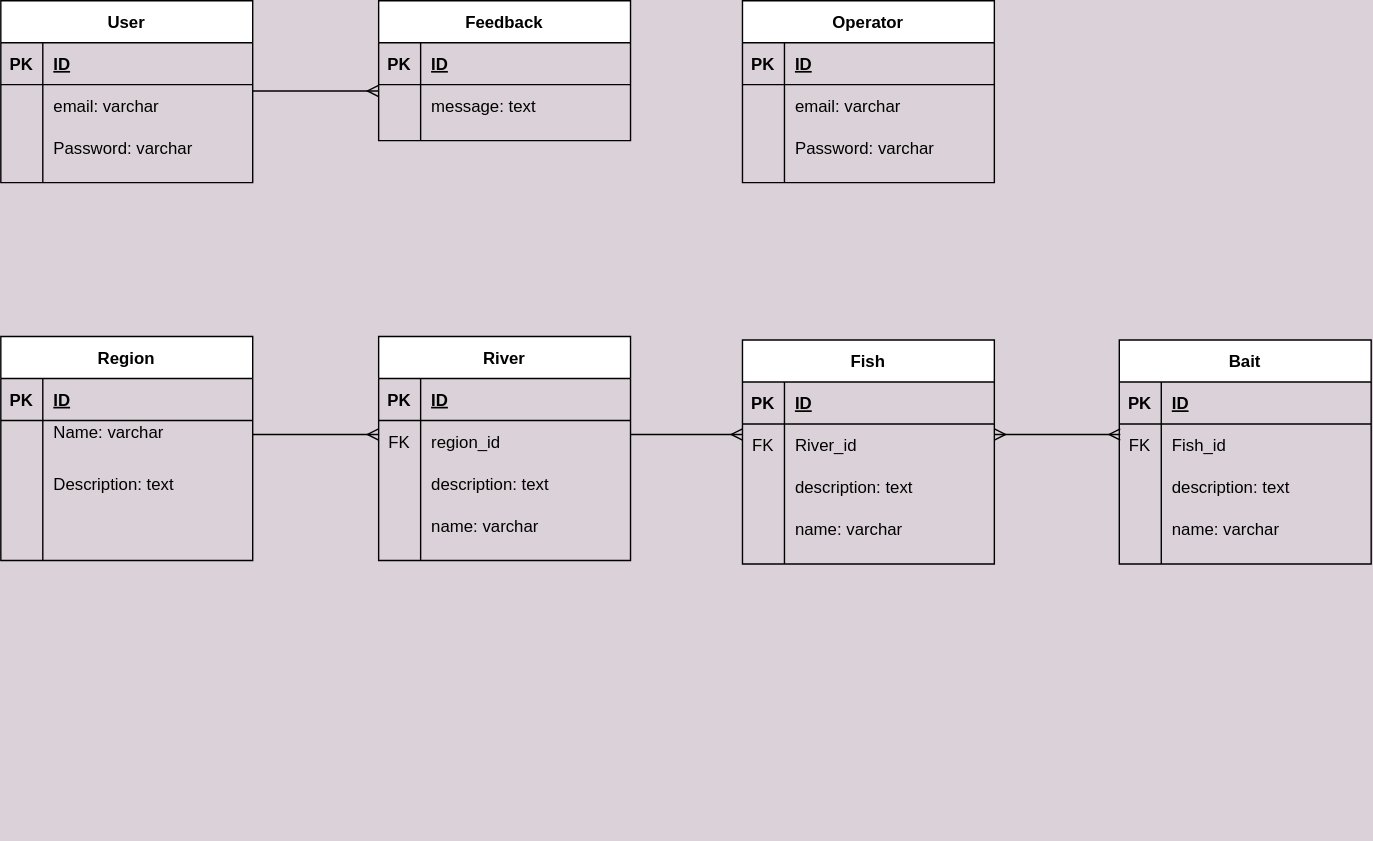
Gsuslov/site keeps this draw.io diagram as ER diagram.svg. Above is the earlier version. Source tidied: cells renumbered, new cells last; positions are measured from the earlier drawing's top-left corner, leaving out a move shared by most shapes.
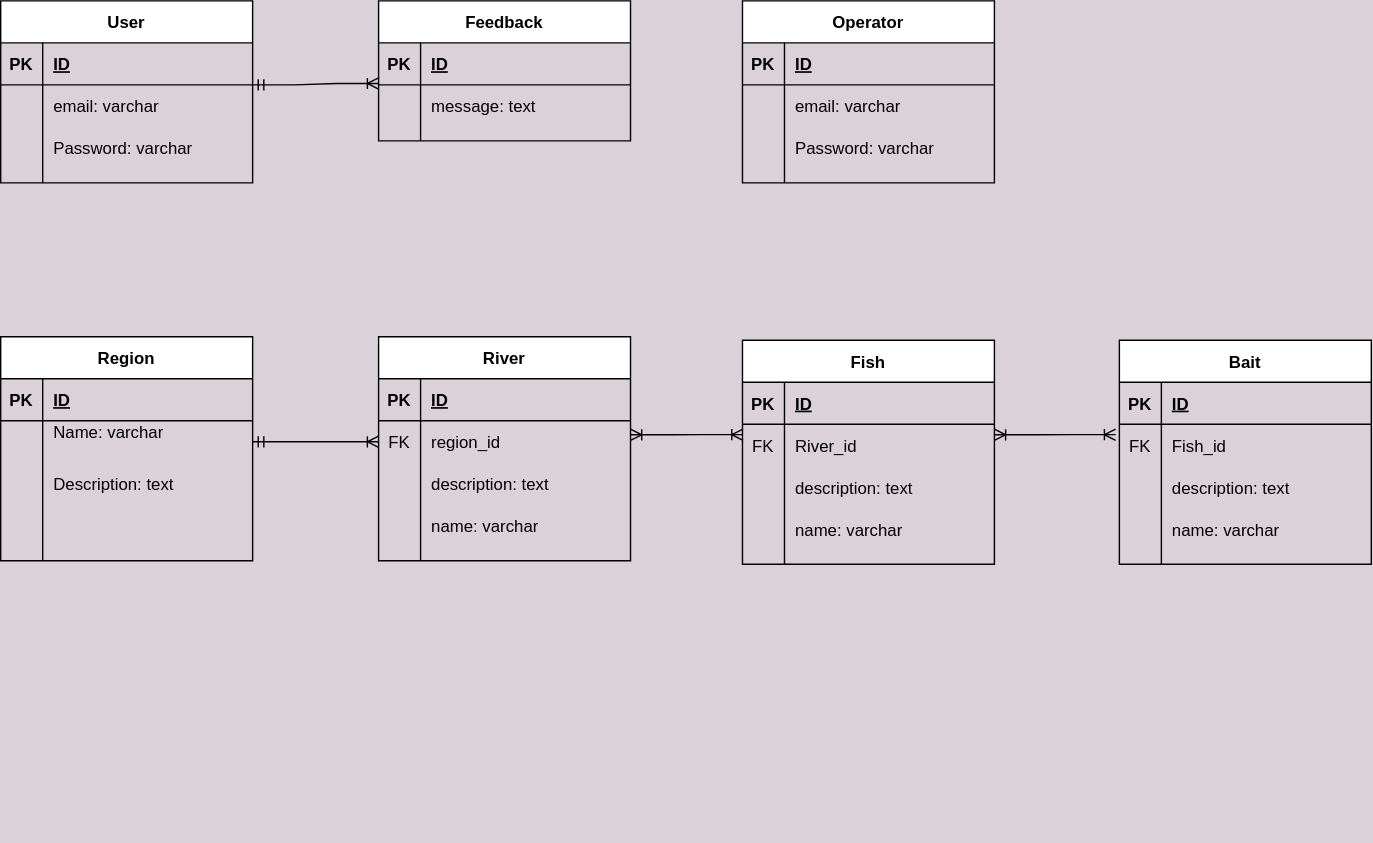
The same diagram one commit later.

Diff of the diagram source:
```diff
@@ -248,28 +248,26 @@
     <mxCell id="83" value="name: varchar" style="shape=partialRectangle;fillColor=none;top=0;left=0;bottom=0;right=0;align=left;spacingLeft=6;overflow=hidden;" parent="81" vertex="1">
       <mxGeometry x="30" width="150" height="30" as="geometry" />
     </mxCell>
-    <mxCell id="84" style="edgeStyle=entityRelationEdgeStyle;fontSize=12;html=1;endArrow=ERmany;rounded=0;" parent="1" edge="1">
-      <mxGeometry relative="1" as="geometry">
-        <mxPoint x="180" y="310" as="sourcePoint" />
-        <mxPoint x="270" y="310" as="targetPoint" />
-      </mxGeometry>
-    </mxCell>
-    <mxCell id="85" style="edgeStyle=entityRelationEdgeStyle;fontSize=12;html=1;endArrow=ERmany;rounded=0;entryX=0;entryY=0.25;entryDx=0;entryDy=0;entryPerimeter=0;" parent="1" edge="1" target="62">
-      <mxGeometry relative="1" as="geometry">
-        <mxPoint x="450" y="310" as="sourcePoint" />
-      </mxGeometry>
-    </mxCell>
-    <mxCell id="86" style="edgeStyle=entityRelationEdgeStyle;fontSize=12;html=1;endArrow=ERmany;startArrow=ERmany;rounded=0;" parent="1" edge="1">
-      <mxGeometry relative="1" as="geometry">
-        <mxPoint x="710" y="310" as="sourcePoint" />
-        <mxPoint x="800" y="310" as="targetPoint" />
-      </mxGeometry>
-    </mxCell>
-    <mxCell id="87" style="edgeStyle=entityRelationEdgeStyle;fontSize=12;html=1;endArrow=ERmany;rounded=0;" parent="1" edge="1">
-      <mxGeometry relative="1" as="geometry">
-        <mxPoint x="180" y="64.5" as="sourcePoint" />
-        <mxPoint x="270" y="64.5" as="targetPoint" />
-      </mxGeometry>
-    </mxCell>
+    <mxCell id="88" style="edgeStyle=entityRelationEdgeStyle;fontSize=12;html=1;endArrow=ERoneToMany;startArrow=ERmandOne;rounded=0;exitX=1;exitY=0.5;exitDx=0;exitDy=0;" parent="1" edge="1" source="36">
+      <mxGeometry relative="1" as="geometry">
+        <mxPoint x="270" y="315" as="targetPoint" />
+      </mxGeometry>
+    </mxCell>
+    <mxCell id="89" style="edgeStyle=entityRelationEdgeStyle;fontSize=12;html=1;endArrow=ERoneToMany;startArrow=ERoneToMany;rounded=0;entryX=0.002;entryY=0.247;entryDx=0;entryDy=0;entryPerimeter=0;" parent="1" edge="1" target="62">
+      <mxGeometry relative="1" as="geometry">
+        <mxPoint x="450" y="310" as="sourcePoint" />
+      </mxGeometry>
+    </mxCell>
+    <mxCell id="90" style="edgeStyle=entityRelationEdgeStyle;fontSize=12;html=1;endArrow=ERoneToMany;startArrow=ERoneToMany;rounded=0;entryX=-0.015;entryY=0.247;entryDx=0;entryDy=0;entryPerimeter=0;" parent="1" edge="1" target="75">
+      <mxGeometry relative="1" as="geometry">
+        <mxPoint x="710" y="310" as="sourcePoint" />
+      </mxGeometry>
+    </mxCell>
+    <mxCell id="91" style="edgeStyle=entityRelationEdgeStyle;fontSize=12;html=1;endArrow=ERoneToMany;startArrow=ERmandOne;rounded=0;" parent="1" edge="1">
+      <mxGeometry relative="1" as="geometry">
+        <mxPoint x="180" y="60" as="sourcePoint" />
+        <mxPoint x="270" y="59" as="targetPoint" />
+      </mxGeometry>
+    </mxCell>
   </root>
 </mxGraphModel>
```
